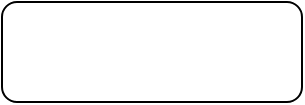
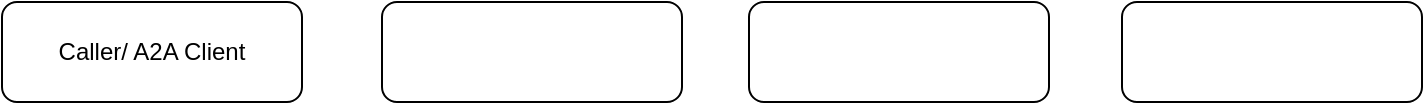
<mxfile host="app.diagrams.net">
  <diagram name="Page-1" id="ZPNNxD_8xx_dK13QvzwB">
    <mxGraphModel dx="1094" dy="555" grid="1" gridSize="10" guides="1" tooltips="1" connect="1" arrows="1" fold="1" page="1" pageScale="1" pageWidth="827" pageHeight="1169" math="0" shadow="0">
      <root>
        <mxCell id="0" />
        <mxCell id="1" parent="0" />
-         <mxCell id="KyBT1ujf4ODolMfsrgNy-1" parent="1" style="rounded=1;whiteSpace=wrap;html=1;" value="" vertex="1">
+         <mxCell id="KyBT1ujf4ODolMfsrgNy-1" parent="1" style="rounded=1;whiteSpace=wrap;html=1;" value="Caller/ A2A Client" vertex="1">
          <mxGeometry height="50" width="150" x="40" y="30" as="geometry" />
+         </mxCell>
+         <mxCell id="fuX-3ZszXKkBneVyICno-1" parent="1" style="rounded=1;whiteSpace=wrap;html=1;" value="" vertex="1">
+           <mxGeometry height="50" width="150" x="600" y="30" as="geometry" />
+         </mxCell>
+         <mxCell id="fuX-3ZszXKkBneVyICno-2" parent="1" style="rounded=1;whiteSpace=wrap;html=1;" value="" vertex="1">
+           <mxGeometry height="50" width="150" x="413.5" y="30" as="geometry" />
+         </mxCell>
+         <mxCell id="fuX-3ZszXKkBneVyICno-3" parent="1" style="rounded=1;whiteSpace=wrap;html=1;" value="" vertex="1">
+           <mxGeometry height="50" width="150" x="230" y="30" as="geometry" />
        </mxCell>
      </root>
    </mxGraphModel>
  </diagram>
</mxfile>
